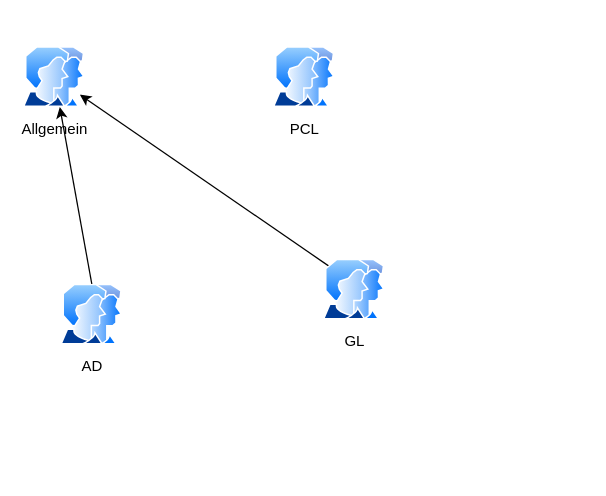
The draw.io diagram ME-GROUPS.drawio in cutmal/drawio-charts, before the edit. Source tidied: cells renumbered, new cells numbered last; positions are measured from the earlier drawing's top-left corner, leaving out a move shared by most shapes. Both pictures are drawn from the tidied source at 125%, with x=0, y=0 at pixel (22, 46).
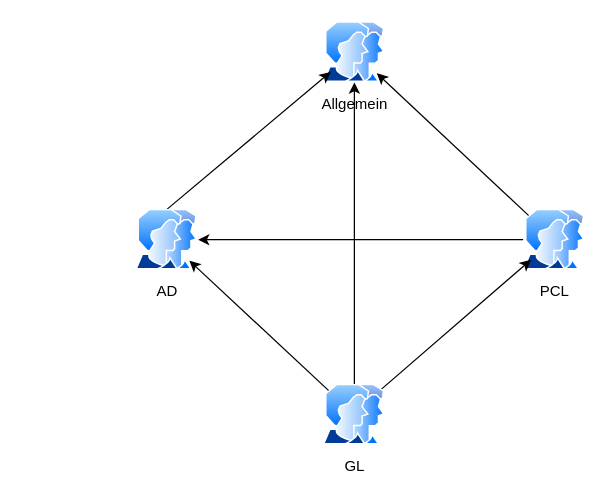
The same page after the edit.

Change to the diagram source:
```diff
@@
 <mxGraphModel>
   <root>
     <mxCell id="0" />
     <mxCell id="1" parent="0" />
     <mxCell id="2" value="&lt;div&gt;Allgemein&lt;/div&gt;" style="perimeter=ellipsePerimeter;html=1;align=center;shadow=0;dashed=0;spacingTop=3;image;image=img/lib/active_directory/user_accounts.svg;" parent="1" vertex="1">
-      <mxGeometry width="50" height="48.5" as="geometry" />
+      <mxGeometry x="240" y="-20" width="50" height="48.5" as="geometry" />
     </mxCell>
+    <mxCell id="8" style="edgeStyle=none;rounded=0;jettySize=auto;html=1;" parent="1" edge="1" source="3" target="2">
+      <mxGeometry relative="1" as="geometry" />
+    </mxCell>
+    <mxCell id="9" style="edgeStyle=none;rounded=0;jettySize=auto;html=1;" parent="1" edge="1" source="3" target="5">
+      <mxGeometry relative="1" as="geometry" />
+    </mxCell>
     <mxCell id="3" value="&lt;div&gt;PCL&lt;/div&gt;" style="perimeter=ellipsePerimeter;html=1;align=center;shadow=0;dashed=0;spacingTop=3;image;image=img/lib/active_directory/user_accounts.svg;" parent="1" vertex="1">
-      <mxGeometry x="200" width="50" height="48.5" as="geometry" />
+      <mxGeometry x="400" y="130" width="50" height="48.5" as="geometry" />
     </mxCell>
     <mxCell id="4" style="rounded=0;jettySize=auto;html=1;exitX=0.5;exitY=0;exitDx=0;exitDy=0;" parent="1" edge="1" source="5" target="2">
       <mxGeometry relative="1" as="geometry" />
     </mxCell>
     <mxCell id="5" value="AD" style="perimeter=ellipsePerimeter;html=1;align=center;shadow=0;dashed=0;spacingTop=3;image;image=img/lib/active_directory/user_accounts.svg;" parent="1" vertex="1">
-      <mxGeometry x="30" y="190" width="50" height="48.5" as="geometry" />
+      <mxGeometry x="90" y="130" width="50" height="48.5" as="geometry" />
     </mxCell>
-    <mxCell id="6" style="rounded=0;jettySize=auto;html=1;exitX=0;exitY=0;exitDx=0;exitDy=0;" parent="1" edge="1" source="7" target="2">
+    <mxCell id="6" style="rounded=0;jettySize=auto;html=1;" parent="1" edge="1" source="7" target="2">
       <mxGeometry relative="1" as="geometry" />
     </mxCell>
+    <mxCell id="10" style="edgeStyle=none;rounded=0;jettySize=auto;html=1;" parent="1" edge="1" source="7" target="5">
+      <mxGeometry relative="1" as="geometry" />
+    </mxCell>
+    <mxCell id="11" style="edgeStyle=none;rounded=0;jettySize=auto;html=1;exitX=1;exitY=0;exitDx=0;exitDy=0;" parent="1" edge="1" source="7" target="3">
+      <mxGeometry relative="1" as="geometry" />
+    </mxCell>
     <mxCell id="7" value="GL" style="perimeter=ellipsePerimeter;html=1;align=center;shadow=0;dashed=0;spacingTop=3;image;image=img/lib/active_directory/user_accounts.svg;" parent="1" vertex="1">
-      <mxGeometry x="240" y="170" width="50" height="48.5" as="geometry" />
+      <mxGeometry x="240" y="270" width="50" height="48.5" as="geometry" />
     </mxCell>
   </root>
 </mxGraphModel>
```
